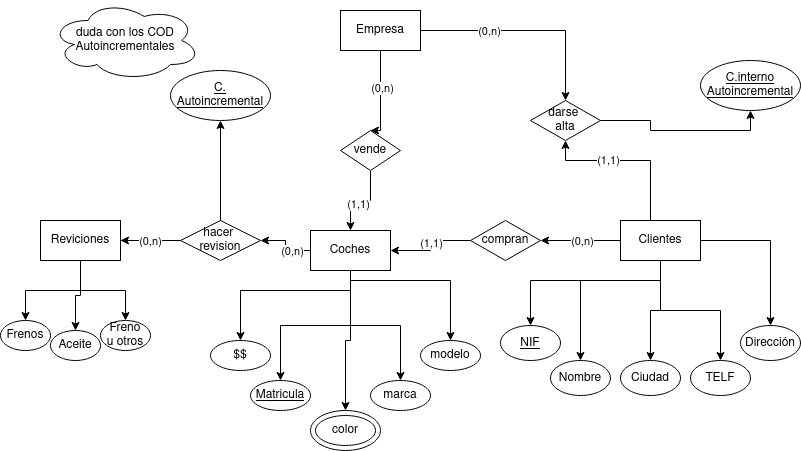
This is Ejercicios/images/Diagrama_BAE_E3.drawio.png from adogonz23/BAE, a draw.io export, as it was before one commit. Source tidied: cells renumbered, new cells last; positions are measured from the earlier drawing's top-left corner, leaving out a move shared by most shapes.
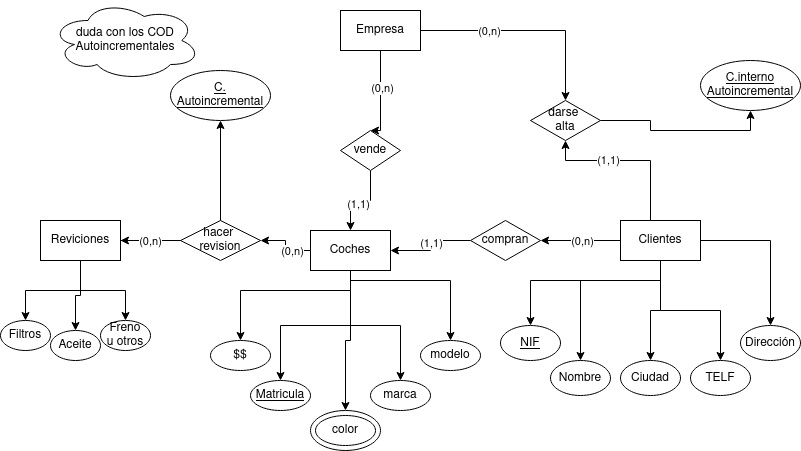
After the commit.

Change to the diagram source:
```diff
@@ -148,7 +148,7 @@
     <mxCell id="40" value="darse&amp;nbsp;&lt;br&gt;alta" style="rhombus;whiteSpace=wrap;html=1;" parent="1" vertex="1">
       <mxGeometry x="530" y="100" width="70" height="40" as="geometry" />
     </mxCell>
-    <mxCell id="41" value="Frenos" style="ellipse;whiteSpace=wrap;html=1;" parent="1" vertex="1">
+    <mxCell id="41" value="Filtros" style="ellipse;whiteSpace=wrap;html=1;" parent="1" vertex="1">
       <mxGeometry y="320" width="50" height="30" as="geometry" />
     </mxCell>
     <mxCell id="42" value="Aceite" style="ellipse;whiteSpace=wrap;html=1;" parent="1" vertex="1">
```
